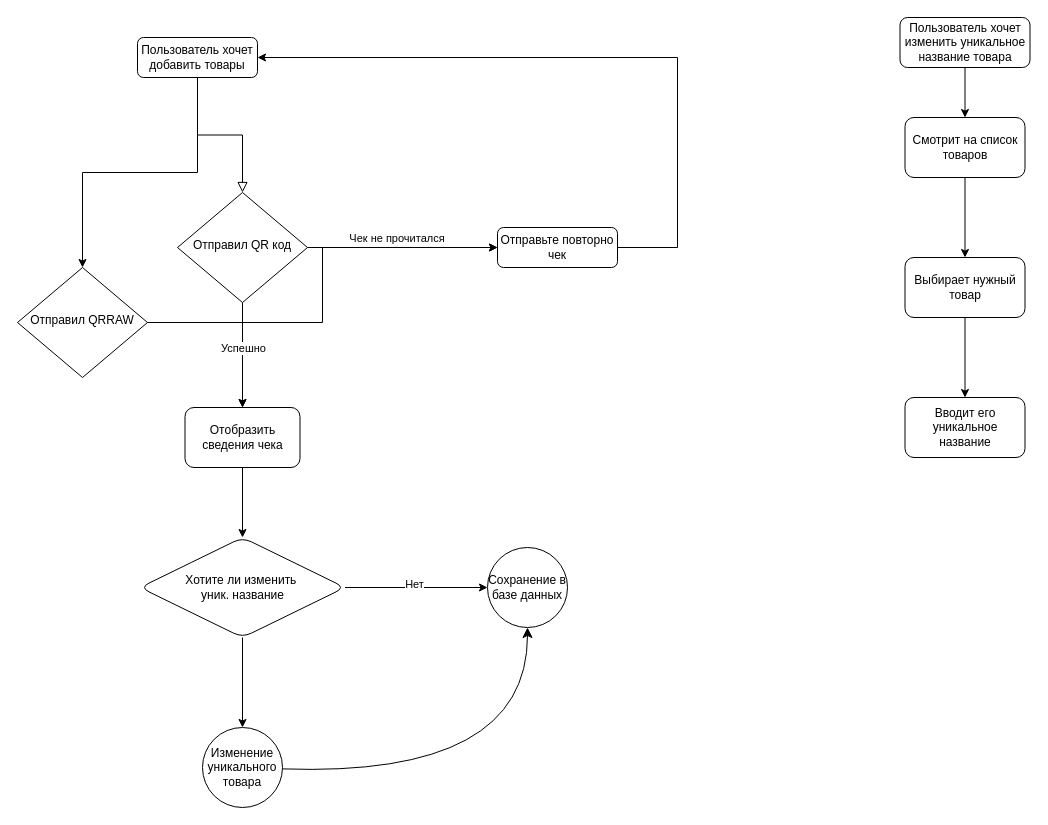
This is draw_io_files/draw_io_user_story.drawio from BooMBoTTess/TG_Finanse, a draw.io file, before an edit. Source tidied: cells renumbered, new cells numbered last; positions are measured from the earlier drawing's top-left corner, leaving out a move shared by most shapes. Both pictures are drawn from the tidied source at 100%, with x=0, y=0 at pixel (17, 17).
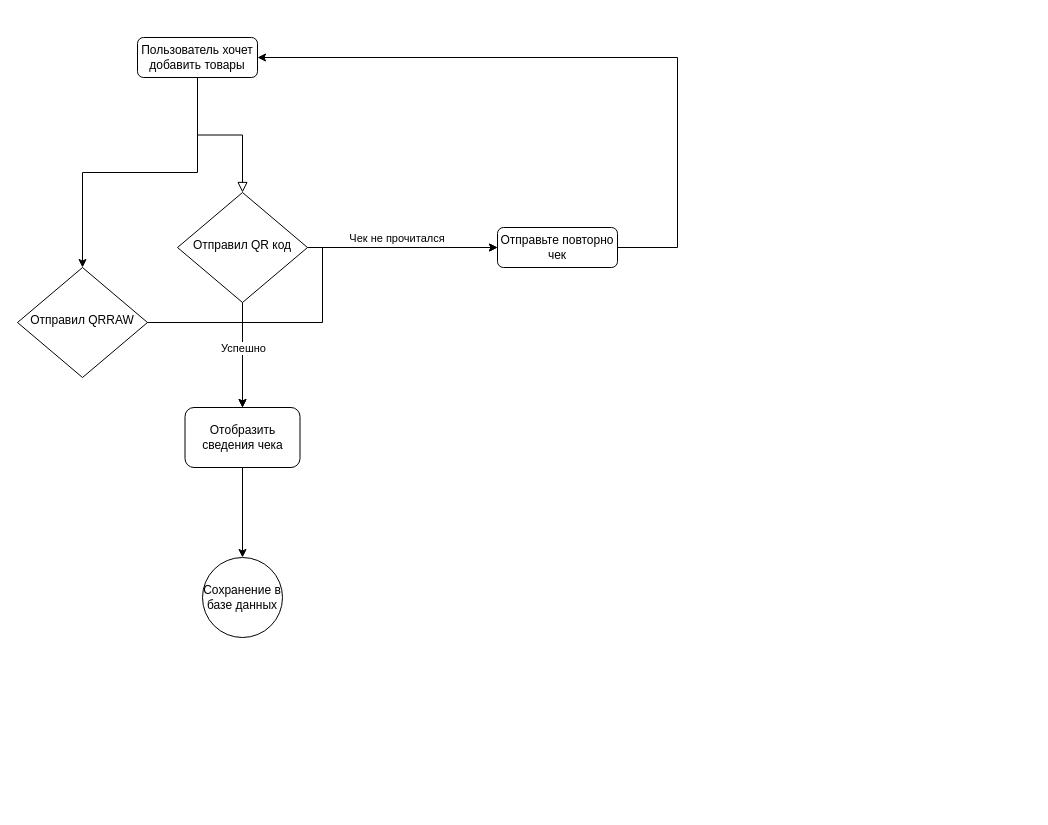
After the change.

The change refers to these unchanged cells:
```xml
<mxCell id="16" value="Отобразить сведения чека" style="rounded=1;whiteSpace=wrap;html=1;fontSize=12;glass=0;strokeWidth=1;shadow=0;" parent="1" vertex="1">
  <mxGeometry x="167.5" y="390" width="115" height="60" as="geometry" />
</mxCell>
```

Change to the diagram source:
```diff
@@
-    <mxCell id="15" style="edgeStyle=orthogonalEdgeStyle;rounded=0;jettySize=auto;html=1;" parent="1" edge="1" source="16" target="20">
-      <mxGeometry relative="1" as="geometry" />
-    </mxCell>
+    <mxCell id="32" style="edgeStyle=orthogonalEdgeStyle;rounded=0;jettySize=auto;html=1;entryX=0.5;entryY=0;entryDx=0;entryDy=0;" parent="1" edge="1" source="16" target="21">
+      <mxGeometry relative="1" as="geometry" />
+    </mxCell>
@@
-    <mxCell id="17" style="edgeStyle=orthogonalEdgeStyle;rounded=0;jettySize=auto;html=1;" parent="1" edge="1" source="20" target="21">
-      <mxGeometry relative="1" as="geometry" />
-    </mxCell>
-    <mxCell id="18" value="Нет" style="edgeLabel;html=1;align=center;verticalAlign=middle;" parent="17" vertex="1">
-      <mxGeometry x="-0.04" y="4" relative="1" as="geometry">
-        <mxPoint x="1" as="offset" />
-      </mxGeometry>
-    </mxCell>
-    <mxCell id="19" style="edgeStyle=orthogonalEdgeStyle;rounded=0;jettySize=auto;html=1;" parent="1" edge="1" source="20" target="24">
-      <mxGeometry relative="1" as="geometry" />
-    </mxCell>
-    <mxCell id="20" value="Хотите ли изменить&amp;nbsp;&lt;div&gt;уник. название&lt;/div&gt;" style="rhombus;whiteSpace=wrap;html=1;rounded=1;glass=0;strokeWidth=1;shadow=0;" parent="1" vertex="1">
-      <mxGeometry x="122.5" y="520" width="205" height="100" as="geometry" />
-    </mxCell>
     <mxCell id="21" value="Сохранение в базе данных" style="ellipse;whiteSpace=wrap;html=1;rounded=1;glass=0;strokeWidth=1;shadow=0;" parent="1" vertex="1">
-      <mxGeometry x="470" y="530" width="80" height="80" as="geometry" />
+      <mxGeometry x="185" y="540" width="80" height="80" as="geometry" />
     </mxCell>
-    <mxCell id="22" style="edgeStyle=none;curved=1;rounded=0;jettySize=auto;html=1;entryX=0.5;entryY=1;entryDx=0;entryDy=0;fontSize=12;startSize=8;endSize=8;" parent="1" edge="1" source="24" target="21">
-      <mxGeometry relative="1" as="geometry">
-        <Array as="points">
-          <mxPoint x="510" y="760" />
-        </Array>
-      </mxGeometry>
-    </mxCell>
-    <mxCell id="23" value="&lt;div&gt;&lt;br&gt;&lt;/div&gt;&lt;div&gt;&lt;br&gt;&lt;/div&gt;" style="edgeLabel;html=1;align=center;verticalAlign=middle;fontSize=12;" parent="22" vertex="1">
-      <mxGeometry x="-0.16" y="30" relative="1" as="geometry" />
-    </mxCell>
-    <mxCell id="24" value="Изменение уникального товара" style="ellipse;whiteSpace=wrap;html=1;rounded=1;glass=0;strokeWidth=1;shadow=0;" parent="1" vertex="1">
-      <mxGeometry x="185" y="710" width="80" height="80" as="geometry" />
-    </mxCell>
-    <mxCell id="25" style="edgeStyle=orthogonalEdgeStyle;rounded=0;jettySize=auto;html=1;" parent="1" edge="1" source="26" target="28">
-      <mxGeometry relative="1" as="geometry" />
-    </mxCell>
-    <mxCell id="26" value="Пользователь хочет изменить уникальное название товара" style="rounded=1;whiteSpace=wrap;html=1;fontSize=12;glass=0;strokeWidth=1;shadow=0;" parent="1" vertex="1">
-      <mxGeometry x="882.5" width="130" height="50" as="geometry" />
-    </mxCell>
-    <mxCell id="27" style="edgeStyle=orthogonalEdgeStyle;rounded=0;jettySize=auto;html=1;" parent="1" edge="1" source="28" target="30">
-      <mxGeometry relative="1" as="geometry" />
-    </mxCell>
-    <mxCell id="28" value="Смотрит на список товаров" style="whiteSpace=wrap;html=1;rounded=1;glass=0;strokeWidth=1;shadow=0;" parent="1" vertex="1">
-      <mxGeometry x="887.5" y="100" width="120" height="60" as="geometry" />
-    </mxCell>
-    <mxCell id="29" style="edgeStyle=orthogonalEdgeStyle;rounded=0;jettySize=auto;html=1;" parent="1" edge="1" source="30" target="31">
-      <mxGeometry relative="1" as="geometry" />
-    </mxCell>
-    <mxCell id="30" value="Выбирает нужный товар" style="whiteSpace=wrap;html=1;rounded=1;glass=0;strokeWidth=1;shadow=0;" parent="1" vertex="1">
-      <mxGeometry x="887.5" y="240" width="120" height="60" as="geometry" />
-    </mxCell>
-    <mxCell id="31" value="Вводит его уникальное название" style="whiteSpace=wrap;html=1;rounded=1;glass=0;strokeWidth=1;shadow=0;" parent="1" vertex="1">
-      <mxGeometry x="887.5" y="380" width="120" height="60" as="geometry" />
-    </mxCell>
```
